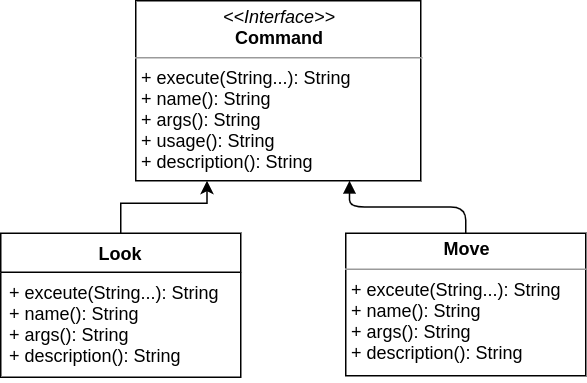
The draw.io diagram Report/CommandPattern.png in MohammadShakhatreh/wn-server, before a commit. Source tidied: cells renumbered, new cells last; positions are measured from the earlier drawing's top-left corner, leaving out a move shared by most shapes.
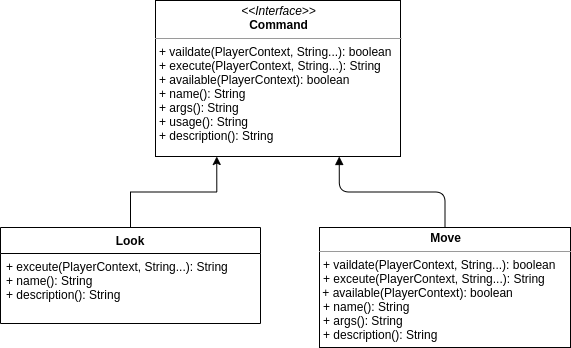
Later version of the same file.

Change to the diagram source:
```diff
@@ -2,11 +2,11 @@
   <root>
     <mxCell id="0" />
     <mxCell id="1" parent="0" />
-    <mxCell id="2" value="&lt;p style=&quot;margin: 0px ; margin-top: 4px ; text-align: center&quot;&gt;&lt;i&gt;&amp;lt;&amp;lt;Interface&amp;gt;&amp;gt;&lt;/i&gt;&lt;br&gt;&lt;b&gt;Command&lt;/b&gt;&lt;/p&gt;&lt;hr size=&quot;1&quot;&gt;&lt;p style=&quot;margin: 0px ; margin-left: 4px&quot;&gt;+ execute(String...): String&lt;br&gt;+ name(): String&lt;/p&gt;&lt;p style=&quot;margin: 0px ; margin-left: 4px&quot;&gt;+ args(): String&lt;br&gt;&lt;/p&gt;&lt;p style=&quot;margin: 0px ; margin-left: 4px&quot;&gt;+ usage(): String&lt;br&gt;&lt;/p&gt;&lt;p style=&quot;margin: 0px ; margin-left: 4px&quot;&gt;+ description(): String&lt;/p&gt;" style="verticalAlign=top;align=left;overflow=fill;fontSize=12;fontFamily=Helvetica;html=1;" parent="1" vertex="1">
-      <mxGeometry x="90" width="190" height="120" as="geometry" />
+    <mxCell id="2" value="&lt;p style=&quot;margin: 0px ; margin-top: 4px ; text-align: center&quot;&gt;&lt;i&gt;&amp;lt;&amp;lt;Interface&amp;gt;&amp;gt;&lt;/i&gt;&lt;br&gt;&lt;b&gt;Command&lt;/b&gt;&lt;/p&gt;&lt;hr size=&quot;1&quot;&gt;&lt;p style=&quot;margin: 0px ; margin-left: 4px&quot;&gt;+ vaildate(PlayerContext, String...): boolean&lt;/p&gt;&lt;p style=&quot;margin: 0px ; margin-left: 4px&quot;&gt;+ execute(PlayerContext, String...): String&lt;/p&gt;&lt;p style=&quot;margin: 0px ; margin-left: 4px&quot;&gt;+ available(PlayerContext): boolean&lt;br&gt;+ name(): String&lt;/p&gt;&lt;p style=&quot;margin: 0px ; margin-left: 4px&quot;&gt;+ args(): String&lt;br&gt;&lt;/p&gt;&lt;p style=&quot;margin: 0px ; margin-left: 4px&quot;&gt;+ usage(): String&lt;br&gt;&lt;/p&gt;&lt;p style=&quot;margin: 0px ; margin-left: 4px&quot;&gt;+ description(): String&lt;/p&gt;" style="verticalAlign=top;align=left;overflow=fill;fontSize=12;fontFamily=Helvetica;html=1;" parent="1" vertex="1">
+      <mxGeometry x="90" y="-1" width="245" height="156" as="geometry" />
     </mxCell>
-    <mxCell id="3" value="&lt;p style=&quot;margin: 0px ; margin-top: 4px ; text-align: center&quot;&gt;&lt;b&gt;Move&lt;/b&gt;&lt;/p&gt;&lt;hr size=&quot;1&quot;&gt;&lt;p style=&quot;margin: 0px ; margin-left: 4px&quot;&gt;+ exceute(String...): String&lt;/p&gt;&lt;p style=&quot;margin: 0px 0px 0px 4px&quot;&gt;+ name(): String&lt;/p&gt;&lt;p style=&quot;margin: 0px 0px 0px 4px&quot;&gt;+ args(): String&lt;/p&gt;&lt;p style=&quot;margin: 0px 0px 0px 4px&quot;&gt;+ description(): String&lt;/p&gt;" style="verticalAlign=top;align=left;overflow=fill;fontSize=12;fontFamily=Helvetica;html=1;" parent="1" vertex="1">
-      <mxGeometry x="230" y="155" width="160" height="95" as="geometry" />
+    <mxCell id="3" value="&lt;p style=&quot;margin: 0px ; margin-top: 4px ; text-align: center&quot;&gt;&lt;b&gt;Move&lt;/b&gt;&lt;/p&gt;&lt;hr size=&quot;1&quot;&gt;&lt;p style=&quot;margin: 0px ; margin-left: 4px&quot;&gt;+ vaildate(PlayerContext, String...): boolean&lt;br&gt;&lt;/p&gt;&lt;p style=&quot;margin: 0px ; margin-left: 4px&quot;&gt;+ exceute(PlayerContext, String...): String&lt;/p&gt;&amp;nbsp;+ available(PlayerContext): boolean&lt;p style=&quot;margin: 0px 0px 0px 4px&quot;&gt;+ name(): String&lt;/p&gt;&lt;p style=&quot;margin: 0px 0px 0px 4px&quot;&gt;+ args(): String&lt;/p&gt;&lt;p style=&quot;margin: 0px 0px 0px 4px&quot;&gt;+ description(): String&lt;/p&gt;" style="verticalAlign=top;align=left;overflow=fill;fontSize=12;fontFamily=Helvetica;html=1;" parent="1" vertex="1">
+      <mxGeometry x="254" y="226" width="251" height="120" as="geometry" />
     </mxCell>
     <mxCell id="4" style="endArrow=block;endFill=1;html=1;edgeStyle=orthogonalEdgeStyle;align=left;verticalAlign=top;exitX=0.5;exitY=0;exitDx=0;exitDy=0;entryX=0.75;entryY=1;entryDx=0;entryDy=0;" parent="1" edge="1" source="3" target="2">
       <mxGeometry x="-1" relative="1" as="geometry" />
@@ -14,14 +14,14 @@
     <mxCell id="5" style="html=1;align=left;verticalAlign=bottom;labelBackgroundColor=#ffffff;fontSize=10;" parent="4" vertex="1">
       <mxGeometry x="-1" relative="1" as="geometry" />
     </mxCell>
-    <mxCell id="6" value="Look" style="swimlane;fontStyle=1;align=center;verticalAlign=top;horizontal=1;startSize=26;" parent="1" vertex="1">
-      <mxGeometry y="155" width="160" height="96" as="geometry" />
+    <mxCell id="6" style="edgeStyle=orthogonalEdgeStyle;rounded=0;jettySize=auto;html=1;entryX=0.25;entryY=1;entryDx=0;entryDy=0;" parent="1" edge="1" source="7" target="2">
+      <mxGeometry relative="1" as="geometry" />
     </mxCell>
-    <mxCell id="7" value="+ exceute(String...): String&#10;+ name(): String&#10;+ args(): String&#10;+ description(): String" style="text;strokeColor=none;fillColor=none;align=left;verticalAlign=top;spacingLeft=4;spacingRight=4;overflow=hidden;points=[[0,0.5],[1,0.5]];portConstraint=eastwest;" parent="6" vertex="1">
-      <mxGeometry y="26" width="160" height="70" as="geometry" />
+    <mxCell id="7" value="Look" style="swimlane;fontStyle=1;align=center;verticalAlign=top;horizontal=1;startSize=26;" parent="1" vertex="1">
+      <mxGeometry x="-65" y="226" width="260" height="96" as="geometry" />
     </mxCell>
-    <mxCell id="8" style="edgeStyle=orthogonalEdgeStyle;rounded=0;jettySize=auto;html=1;entryX=0.25;entryY=1;entryDx=0;entryDy=0;" parent="1" edge="1" source="6" target="2">
-      <mxGeometry relative="1" as="geometry" />
+    <mxCell id="8" value="+ exceute(PlayerContext, String...): String&#10;+ name(): String&#10;+ description(): String" style="text;strokeColor=none;fillColor=none;align=left;verticalAlign=top;spacingLeft=4;spacingRight=4;overflow=hidden;" parent="7" vertex="1">
+      <mxGeometry y="26" width="260" height="70" as="geometry" />
     </mxCell>
   </root>
 </mxGraphModel>
```
